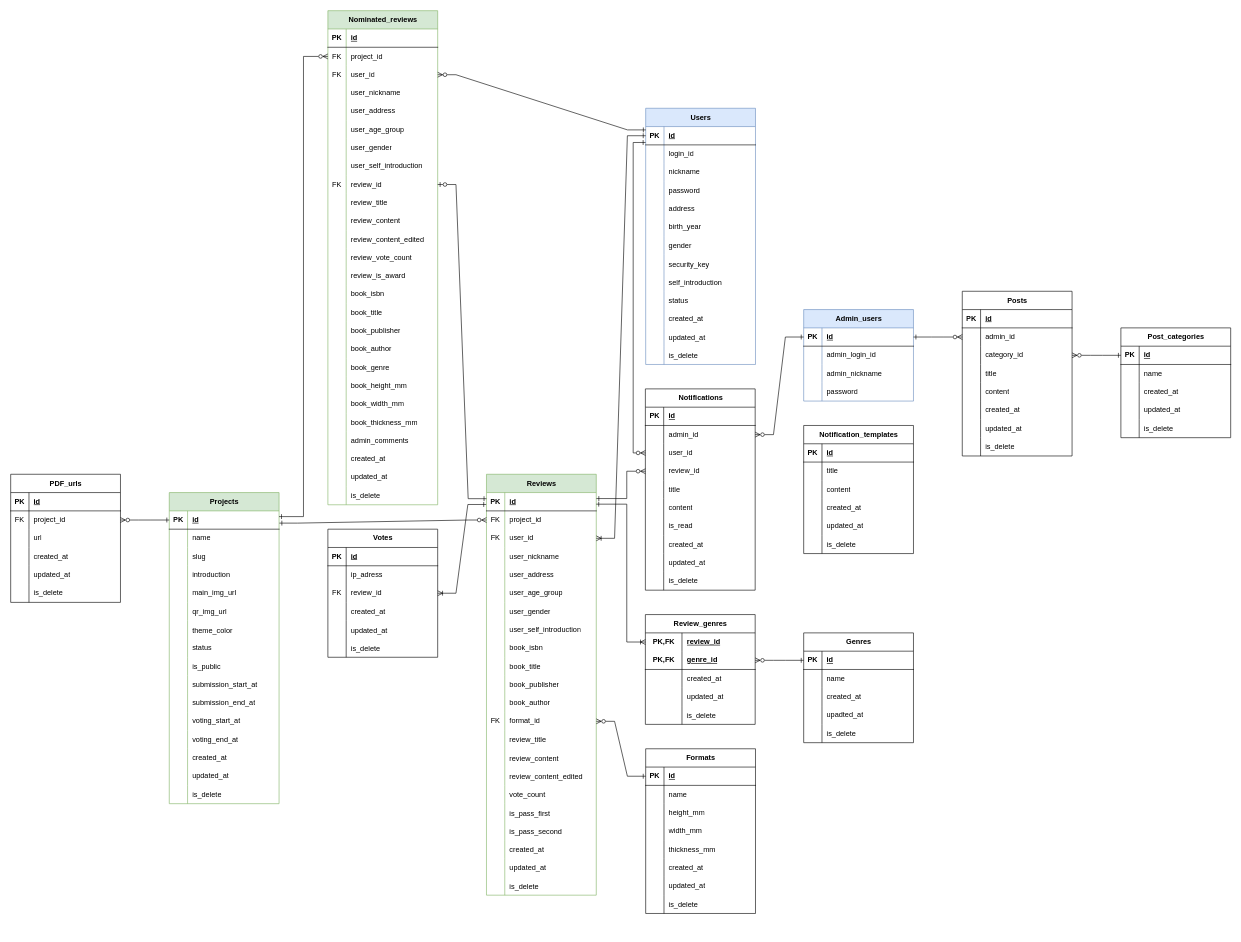
Earlier version of the draw.io diagram ER図.drawio (knagaki1225/zoutohana-documentation). Source tidied: cells renumbered, new cells numbered last; positions are measured from the earlier drawing's top-left corner, leaving out a move shared by most shapes. Both pictures are drawn from the tidied source at 61%, with x=0, y=0 at pixel (10, 10).
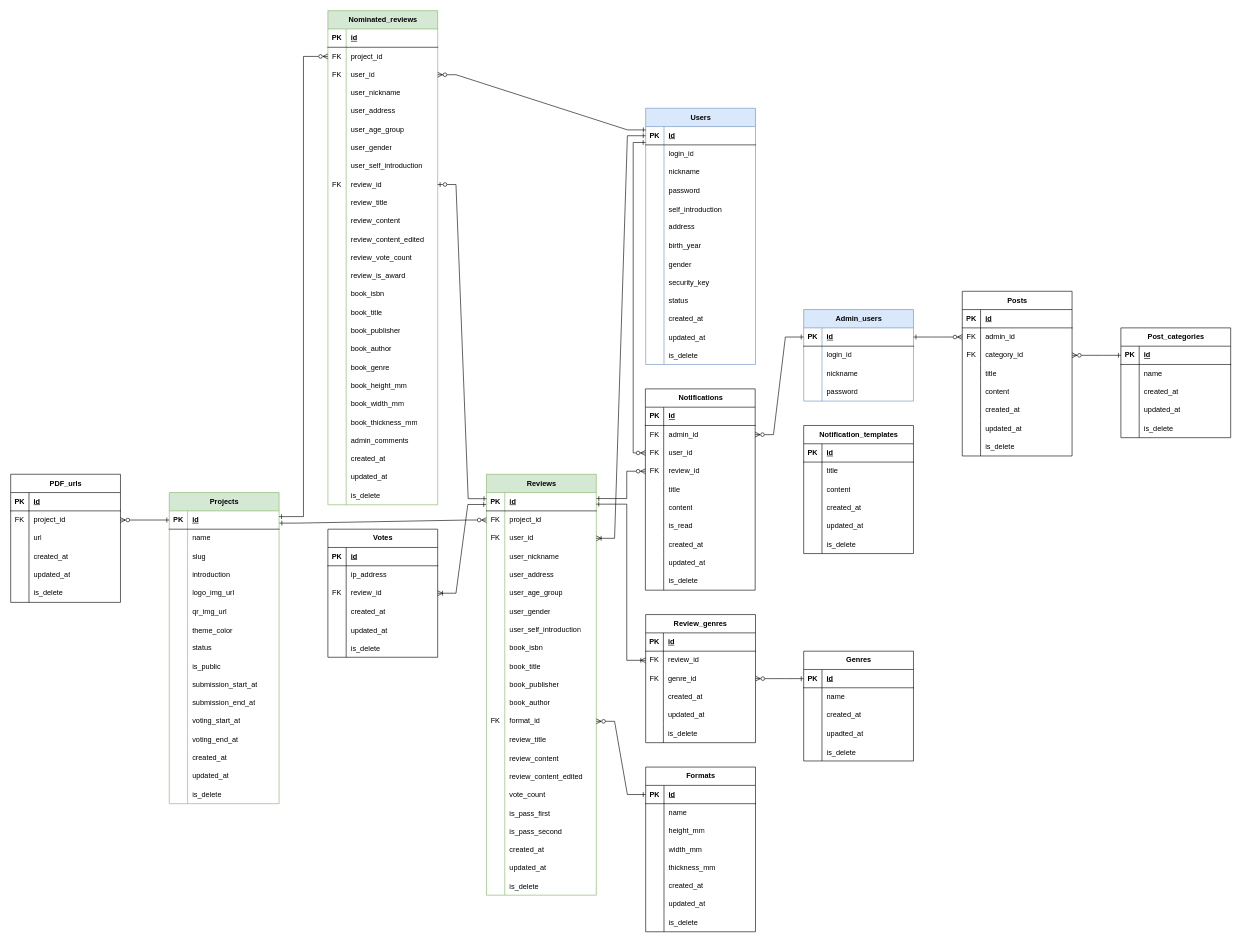
After the change.

Unchanged cells that the change refers to:
```xml
<mxCell id="2" value="Users" style="shape=table;startSize=30;childLayout=tableLayout;rowLines=0;fontStyle=1;align=center;html=1;fillColor=#dae8fc;strokeColor=#6c8ebf;" parent="1" vertex="1">
  <mxGeometry x="1041" y="160" width="180" height="420" as="geometry" />
</mxCell>
<mxCell id="68" style="shape=tableRow;horizontal=0;startSize=0;swimlaneHead=0;swimlaneBody=0;fillColor=none;points=[[0,0.5],[1,0.5]];portConstraint=eastwest;top=0;left=0;right=0;bottom=1;" parent="67" vertex="1">
  <mxGeometry y="30" width="180" height="30" as="geometry" />
</mxCell>
<mxCell id="179" style="shape=tableRow;horizontal=0;startSize=0;swimlaneHead=0;swimlaneBody=0;fillColor=none;top=0;left=0;right=0;bottom=0;" parent="166" vertex="1">
  <mxGeometry y="150" width="180" height="30" as="geometry" />
</mxCell>
<mxCell id="219" style="shape=tableRow;horizontal=0;startSize=0;swimlaneHead=0;swimlaneBody=0;fillColor=none;top=0;left=0;right=0;bottom=0;" parent="215" vertex="1">
  <mxGeometry y="60" width="180" height="30" as="geometry" />
</mxCell>
<mxCell id="243" style="shape=tableRow;horizontal=0;startSize=0;swimlaneHead=0;swimlaneBody=0;fillColor=none;top=0;left=0;right=0;bottom=0;" parent="239" vertex="1">
  <mxGeometry y="60" width="180" height="30" as="geometry" />
</mxCell>
<mxCell id="246" style="shape=tableRow;horizontal=0;startSize=0;swimlaneHead=0;swimlaneBody=0;fillColor=none;top=0;left=0;right=0;bottom=0;" parent="239" vertex="1">
  <mxGeometry y="90" width="180" height="30" as="geometry" />
</mxCell>
<mxCell id="356" style="shape=tableRow;horizontal=0;startSize=0;swimlaneHead=0;swimlaneBody=0;fillColor=none;points=[[0,0.5],[1,0.5]];portConstraint=eastwest;top=0;left=0;right=0;bottom=0;" parent="352" vertex="1">
  <mxGeometry y="60" width="180" height="30" as="geometry" />
</mxCell>
<mxCell id="359" style="shape=tableRow;horizontal=0;startSize=0;swimlaneHead=0;swimlaneBody=0;fillColor=none;points=[[0,0.5],[1,0.5]];portConstraint=eastwest;top=0;left=0;right=0;bottom=0;" parent="352" vertex="1">
  <mxGeometry y="90" width="180" height="30" as="geometry" />
</mxCell>
<mxCell id="362" style="shape=tableRow;horizontal=0;startSize=0;swimlaneHead=0;swimlaneBody=0;fillColor=none;points=[[0,0.5],[1,0.5]];portConstraint=eastwest;top=0;left=0;right=0;bottom=0;" parent="352" vertex="1">
  <mxGeometry y="120" width="180" height="30" as="geometry" />
</mxCell>
<mxCell id="387" style="shape=tableRow;horizontal=0;startSize=0;swimlaneHead=0;swimlaneBody=0;fillColor=none;points=[[0,0.5],[1,0.5]];portConstraint=eastwest;top=0;left=0;right=0;bottom=0;" parent="383" vertex="1">
  <mxGeometry y="60" width="180" height="30" as="geometry" />
</mxCell>
<mxCell id="390" style="shape=tableRow;horizontal=0;startSize=0;swimlaneHead=0;swimlaneBody=0;fillColor=none;points=[[0,0.5],[1,0.5]];portConstraint=eastwest;top=0;left=0;right=0;bottom=0;" parent="383" vertex="1">
  <mxGeometry y="90" width="180" height="30" as="geometry" />
</mxCell>
```

The edit, as a diff of the source:
```diff
@@
+    <mxCell id="27" style="shape=tableRow;horizontal=0;startSize=0;swimlaneHead=0;swimlaneBody=0;fillColor=none;top=0;left=0;right=0;bottom=0;" parent="2" vertex="1">
+      <mxGeometry y="150" width="180" height="30" as="geometry" />
+    </mxCell>
+    <mxCell id="28" style="shape=partialRectangle;fillColor=none;top=0;left=0;bottom=0;right=0;overflow=hidden;" parent="27" vertex="1">
+      <mxGeometry width="30" height="30" as="geometry" />
+    </mxCell>
+    <mxCell id="29" value="self_introduction" style="shape=partialRectangle;fillColor=none;top=0;left=0;bottom=0;right=0;align=left;spacingLeft=6;overflow=hidden;" parent="27" vertex="1">
+      <mxGeometry x="30" width="150" height="30" as="geometry" />
+    </mxCell>
     <mxCell id="15" style="shape=tableRow;horizontal=0;startSize=0;swimlaneHead=0;swimlaneBody=0;fillColor=none;top=0;left=0;right=0;bottom=0;" parent="2" vertex="1">
-      <mxGeometry y="150" width="180" height="30" as="geometry" />
+      <mxGeometry y="180" width="180" height="30" as="geometry" />
     </mxCell>
@@
     <mxCell id="18" style="shape=tableRow;horizontal=0;startSize=0;swimlaneHead=0;swimlaneBody=0;fillColor=none;top=0;left=0;right=0;bottom=0;" parent="2" vertex="1">
-      <mxGeometry y="180" width="180" height="30" as="geometry" />
+      <mxGeometry y="210" width="180" height="30" as="geometry" />
     </mxCell>
@@
     <mxCell id="21" style="shape=tableRow;horizontal=0;startSize=0;swimlaneHead=0;swimlaneBody=0;fillColor=none;top=0;left=0;right=0;bottom=0;" parent="2" vertex="1">
-      <mxGeometry y="210" width="180" height="30" as="geometry" />
+      <mxGeometry y="240" width="180" height="30" as="geometry" />
     </mxCell>
@@
     <mxCell id="24" style="shape=tableRow;horizontal=0;startSize=0;swimlaneHead=0;swimlaneBody=0;fillColor=none;top=0;left=0;right=0;bottom=0;" parent="2" vertex="1">
-      <mxGeometry y="240" width="180" height="30" as="geometry" />
+      <mxGeometry y="270" width="180" height="30" as="geometry" />
     </mxCell>
@@
-    <mxCell id="27" style="shape=tableRow;horizontal=0;startSize=0;swimlaneHead=0;swimlaneBody=0;fillColor=none;top=0;left=0;right=0;bottom=0;" parent="2" vertex="1">
-      <mxGeometry y="270" width="180" height="30" as="geometry" />
-    </mxCell>
-    <mxCell id="28" style="shape=partialRectangle;fillColor=none;top=0;left=0;bottom=0;right=0;overflow=hidden;" parent="27" vertex="1">
-      <mxGeometry width="30" height="30" as="geometry" />
-    </mxCell>
-    <mxCell id="29" value="self_introduction" style="shape=partialRectangle;fillColor=none;top=0;left=0;bottom=0;right=0;align=left;spacingLeft=6;overflow=hidden;" parent="27" vertex="1">
-      <mxGeometry x="30" width="150" height="30" as="geometry" />
-    </mxCell>
@@
     <mxCell id="42" value="Formats" style="shape=table;startSize=30;childLayout=tableLayout;rowLines=0;fontStyle=1;align=center;html=1;" parent="1" vertex="1">
-      <mxGeometry x="1041" y="1210" width="180" height="270" as="geometry" />
+      <mxGeometry x="1041" y="1240" width="180" height="270" as="geometry" />
     </mxCell>
@@
     <mxCell id="67" value="Genres" style="shape=table;startSize=30;childLayout=tableLayout;rowLines=0;fontStyle=1;align=center;html=1;" parent="1" vertex="1">
-      <mxGeometry x="1300" y="1020" width="180" height="180" as="geometry" />
+      <mxGeometry x="1300" y="1050" width="180" height="180" as="geometry" />
     </mxCell>
@@
     <mxCell id="83" value="Review_genres" style="shape=table;startSize=30;childLayout=tableLayout;rowLines=0;fontStyle=1;align=center;html=1;whiteSpace=wrap;" parent="1" vertex="1">
-      <mxGeometry x="1040.5" y="990" width="180" height="180" as="geometry" />
+      <mxGeometry x="1041" y="990" width="180" height="210" as="geometry" />
     </mxCell>
-    <mxCell id="84" style="shape=tableRow;horizontal=0;startSize=0;swimlaneHead=0;swimlaneBody=0;fillColor=none;points=[[0,0.5],[1,0.5]];portConstraint=eastwest;top=0;left=0;right=0;bottom=0;html=1;" parent="83" vertex="1">
-      <mxGeometry y="30" width="180" height="30" as="geometry" />
-    </mxCell>
-    <mxCell id="85" value="PK,FK" style="shape=partialRectangle;fillColor=none;top=0;left=0;bottom=0;right=0;fontStyle=1;overflow=hidden;html=1;whiteSpace=wrap;" parent="84" vertex="1">
-      <mxGeometry width="60" height="30" as="geometry" />
-    </mxCell>
+    <mxCell id="451" style="shape=tableRow;horizontal=0;startSize=0;swimlaneHead=0;swimlaneBody=0;fillColor=none;top=0;left=0;right=0;bottom=1;html=1;" parent="83" vertex="1">
+      <mxGeometry y="30" width="180" height="30" as="geometry" />
+    </mxCell>
+    <mxCell id="452" value="PK" style="shape=partialRectangle;fillColor=none;top=0;left=0;bottom=0;right=0;fontStyle=1;overflow=hidden;html=1;whiteSpace=wrap;" parent="451" vertex="1">
+      <mxGeometry width="29" height="30" as="geometry" />
+    </mxCell>
+    <mxCell id="453" value="id" style="shape=partialRectangle;fillColor=none;top=0;left=0;bottom=0;right=0;align=left;spacingLeft=6;fontStyle=5;overflow=hidden;html=1;whiteSpace=wrap;" parent="451" vertex="1">
+      <mxGeometry x="29" width="151" height="30" as="geometry" />
+    </mxCell>
+    <mxCell id="454" style="shape=tableRow;horizontal=0;startSize=0;swimlaneHead=0;swimlaneBody=0;fillColor=none;points=[[0,0.5],[1,0.5]];portConstraint=eastwest;top=0;left=0;right=0;bottom=0;html=1;" parent="83" vertex="1">
+      <mxGeometry y="60" width="180" height="30" as="geometry" />
+    </mxCell>
+    <mxCell id="455" value="FK" style="shape=partialRectangle;fillColor=none;top=0;left=0;bottom=0;right=0;overflow=hidden;html=1;whiteSpace=wrap;" parent="454" vertex="1">
+      <mxGeometry width="29" height="30" as="geometry" />
+    </mxCell>
-    <mxCell id="86" value="review_id" style="shape=partialRectangle;fillColor=none;top=0;left=0;bottom=0;right=0;align=left;spacingLeft=6;fontStyle=5;overflow=hidden;html=1;whiteSpace=wrap;" parent="84" vertex="1">
-      <mxGeometry x="60" width="120" height="30" as="geometry" />
+    <mxCell id="86" value="review_id" style="shape=partialRectangle;fillColor=none;top=0;left=0;bottom=0;right=0;align=left;spacingLeft=6;overflow=hidden;html=1;whiteSpace=wrap;" parent="454" vertex="1">
+      <mxGeometry x="29" width="151" height="30" as="geometry" />
     </mxCell>
-    <mxCell id="87" style="shape=tableRow;horizontal=0;startSize=0;swimlaneHead=0;swimlaneBody=0;fillColor=none;points=[[0,0.5],[1,0.5]];portConstraint=eastwest;top=0;left=0;right=0;bottom=1;html=1;" parent="83" vertex="1">
-      <mxGeometry y="60" width="180" height="30" as="geometry" />
-    </mxCell>
-    <mxCell id="88" value="PK,FK" style="shape=partialRectangle;fillColor=none;top=0;left=0;bottom=0;right=0;fontStyle=1;overflow=hidden;html=1;whiteSpace=wrap;" parent="87" vertex="1">
-      <mxGeometry width="60" height="30" as="geometry" />
-    </mxCell>
+    <mxCell id="456" style="shape=tableRow;horizontal=0;startSize=0;swimlaneHead=0;swimlaneBody=0;fillColor=none;points=[[0,0.5],[1,0.5]];portConstraint=eastwest;top=0;left=0;right=0;bottom=0;html=1;" parent="83" vertex="1">
+      <mxGeometry y="90" width="180" height="30" as="geometry" />
+    </mxCell>
+    <mxCell id="457" value="FK" style="shape=partialRectangle;fillColor=none;top=0;left=0;bottom=0;right=0;overflow=hidden;html=1;whiteSpace=wrap;" parent="456" vertex="1">
+      <mxGeometry width="29" height="30" as="geometry" />
+    </mxCell>
-    <mxCell id="89" value="genre_id" style="shape=partialRectangle;fillColor=none;top=0;left=0;bottom=0;right=0;align=left;spacingLeft=6;fontStyle=5;overflow=hidden;html=1;whiteSpace=wrap;" parent="87" vertex="1">
-      <mxGeometry x="60" width="120" height="30" as="geometry" />
+    <mxCell id="89" value="genre_id" style="shape=partialRectangle;fillColor=none;top=0;left=0;bottom=0;right=0;align=left;spacingLeft=6;overflow=hidden;html=1;whiteSpace=wrap;" parent="456" vertex="1">
+      <mxGeometry x="29" width="151" height="30" as="geometry" />
     </mxCell>
     <mxCell id="90" style="shape=tableRow;horizontal=0;startSize=0;swimlaneHead=0;swimlaneBody=0;fillColor=none;top=0;left=0;right=0;bottom=0;html=1;" parent="83" vertex="1">
-      <mxGeometry y="90" width="180" height="30" as="geometry" />
+      <mxGeometry y="120" width="180" height="30" as="geometry" />
     </mxCell>
     <mxCell id="91" style="shape=partialRectangle;fillColor=none;top=0;left=0;bottom=0;right=0;overflow=hidden;html=1;whiteSpace=wrap;" parent="90" vertex="1">
-      <mxGeometry width="60" height="30" as="geometry" />
+      <mxGeometry width="29" height="30" as="geometry" />
     </mxCell>
     <mxCell id="92" value="created_at" style="shape=partialRectangle;fillColor=none;top=0;left=0;bottom=0;right=0;align=left;spacingLeft=6;overflow=hidden;html=1;whiteSpace=wrap;" parent="90" vertex="1">
-      <mxGeometry x="60" width="120" height="30" as="geometry" />
+      <mxGeometry x="29" width="151" height="30" as="geometry" />
     </mxCell>
     <mxCell id="93" style="shape=tableRow;horizontal=0;startSize=0;swimlaneHead=0;swimlaneBody=0;fillColor=none;top=0;left=0;right=0;bottom=0;html=1;" parent="83" vertex="1">
-      <mxGeometry y="120" width="180" height="30" as="geometry" />
+      <mxGeometry y="150" width="180" height="30" as="geometry" />
     </mxCell>
     <mxCell id="94" style="shape=partialRectangle;fillColor=none;top=0;left=0;bottom=0;right=0;overflow=hidden;html=1;whiteSpace=wrap;" parent="93" vertex="1">
-      <mxGeometry width="60" height="30" as="geometry" />
+      <mxGeometry width="29" height="30" as="geometry" />
     </mxCell>
     <mxCell id="95" value="updated_at" style="shape=partialRectangle;fillColor=none;top=0;left=0;bottom=0;right=0;align=left;spacingLeft=6;overflow=hidden;html=1;whiteSpace=wrap;" parent="93" vertex="1">
-      <mxGeometry x="60" width="120" height="30" as="geometry" />
+      <mxGeometry x="29" width="151" height="30" as="geometry" />
     </mxCell>
     <mxCell id="96" style="shape=tableRow;horizontal=0;startSize=0;swimlaneHead=0;swimlaneBody=0;fillColor=none;top=0;left=0;right=0;bottom=0;" parent="83" vertex="1">
-      <mxGeometry y="150" width="180" height="30" as="geometry" />
+      <mxGeometry y="180" width="180" height="30" as="geometry" />
     </mxCell>
     <mxCell id="97" style="shape=partialRectangle;fillColor=none;top=0;left=0;bottom=0;right=0;overflow=hidden;" parent="96" vertex="1">
-      <mxGeometry width="60" height="30" as="geometry" />
+      <mxGeometry width="29" height="30" as="geometry" />
     </mxCell>
     <mxCell id="98" value="is_delete" style="shape=partialRectangle;fillColor=none;top=0;left=0;bottom=0;right=0;align=left;spacingLeft=6;overflow=hidden;" parent="96" vertex="1">
-      <mxGeometry x="60" width="120" height="30" as="geometry" />
+      <mxGeometry x="29" width="151" height="30" as="geometry" />
     </mxCell>
@@
-    <mxCell id="181" value="main_img_url" style="shape=partialRectangle;fillColor=none;top=0;left=0;bottom=0;right=0;align=left;spacingLeft=6;overflow=hidden;whiteSpace=wrap;html=1;" parent="179" vertex="1">
+    <mxCell id="181" value="logo_img_url" style="shape=partialRectangle;fillColor=none;top=0;left=0;bottom=0;right=0;align=left;spacingLeft=6;overflow=hidden;whiteSpace=wrap;html=1;" parent="179" vertex="1">
       <mxGeometry x="30" width="150" height="30" as="geometry" />
     </mxCell>
@@
-    <mxCell id="221" value="ip_adress" style="shape=partialRectangle;fillColor=none;top=0;left=0;bottom=0;right=0;align=left;spacingLeft=6;overflow=hidden;whiteSpace=wrap;html=1;" parent="219" vertex="1">
+    <mxCell id="221" value="ip_add&lt;span style=&quot;background-color: transparent; color: light-dark(rgb(0, 0, 0), rgb(255, 255, 255));&quot;&gt;ress&lt;/span&gt;" style="shape=partialRectangle;fillColor=none;top=0;left=0;bottom=0;right=0;align=left;spacingLeft=6;overflow=hidden;whiteSpace=wrap;html=1;" parent="219" vertex="1">
       <mxGeometry x="30" width="150" height="30" as="geometry" />
     </mxCell>
@@
-    <mxCell id="237" style="fontSize=12;html=1;endArrow=ERoneToMany;startArrow=ERone;rounded=0;entryX=0;entryY=0.5;entryDx=0;entryDy=0;startFill=0;edgeStyle=orthogonalEdgeStyle;" parent="1" edge="1" target="84">
+    <mxCell id="237" style="fontSize=12;html=1;endArrow=ERoneToMany;startArrow=ERone;rounded=0;startFill=0;edgeStyle=orthogonalEdgeStyle;entryX=0;entryY=0.5;entryDx=0;entryDy=0;" parent="1" edge="1" target="454">
       <mxGeometry relative="1" as="geometry">
         <mxPoint x="960" y="809" as="sourcePoint" />
         <Array as="points">
           <mxPoint x="1010" y="809" />
-          <mxPoint x="1010" y="1035" />
+          <mxPoint x="1010" y="1065" />
         </Array>
       </mxGeometry>
     </mxCell>
-    <mxCell id="238" style="edgeStyle=entityRelationEdgeStyle;fontSize=12;html=1;endArrow=ERzeroToMany;startArrow=ERone;rounded=0;exitX=0;exitY=0.5;exitDx=0;exitDy=0;entryX=1;entryY=0.5;entryDx=0;entryDy=0;endFill=0;startFill=0;" parent="1" edge="1" source="68" target="87">
+    <mxCell id="238" style="edgeStyle=entityRelationEdgeStyle;fontSize=12;html=1;endArrow=ERzeroToMany;startArrow=ERone;rounded=0;exitX=0;exitY=0.5;exitDx=0;exitDy=0;endFill=0;startFill=0;entryX=1;entryY=0.5;entryDx=0;entryDy=0;" parent="1" edge="1" source="68" target="456">
       <mxGeometry relative="1" as="geometry" />
     </mxCell>
@@
-    <mxCell id="245" value="admin_login_id" style="shape=partialRectangle;fillColor=none;top=0;left=0;bottom=0;right=0;align=left;spacingLeft=6;overflow=hidden;whiteSpace=wrap;html=1;" parent="243" vertex="1">
+    <mxCell id="245" value="&lt;div&gt;&lt;span style=&quot;background-color: transparent; color: light-dark(rgb(0, 0, 0), rgb(255, 255, 255));&quot;&gt;login_id&lt;/span&gt;&lt;/div&gt;" style="shape=partialRectangle;fillColor=none;top=0;left=0;bottom=0;right=0;align=left;spacingLeft=6;overflow=hidden;whiteSpace=wrap;html=1;" parent="243" vertex="1">
       <mxGeometry x="30" width="150" height="30" as="geometry" />
     </mxCell>
@@
-    <mxCell id="248" value="admin_nickname" style="shape=partialRectangle;fillColor=none;top=0;left=0;bottom=0;right=0;align=left;spacingLeft=6;overflow=hidden;whiteSpace=wrap;html=1;" parent="246" vertex="1">
+    <mxCell id="248" value="&lt;div&gt;&lt;span style=&quot;background-color: transparent; color: light-dark(rgb(0, 0, 0), rgb(255, 255, 255));&quot;&gt;nickname&lt;/span&gt;&lt;/div&gt;" style="shape=partialRectangle;fillColor=none;top=0;left=0;bottom=0;right=0;align=left;spacingLeft=6;overflow=hidden;whiteSpace=wrap;html=1;" parent="246" vertex="1">
       <mxGeometry x="30" width="150" height="30" as="geometry" />
     </mxCell>
@@
-    <mxCell id="357" style="shape=partialRectangle;fillColor=none;top=0;left=0;bottom=0;right=0;overflow=hidden;whiteSpace=wrap;html=1;" parent="356" vertex="1">
+    <mxCell id="357" value="FK" style="shape=partialRectangle;fillColor=none;top=0;left=0;bottom=0;right=0;overflow=hidden;whiteSpace=wrap;html=1;" parent="356" vertex="1">
       <mxGeometry width="30" height="30" as="geometry" />
     </mxCell>
@@
-    <mxCell id="360" style="shape=partialRectangle;fillColor=none;top=0;left=0;bottom=0;right=0;overflow=hidden;whiteSpace=wrap;html=1;" parent="359" vertex="1">
+    <mxCell id="360" value="FK" style="shape=partialRectangle;fillColor=none;top=0;left=0;bottom=0;right=0;overflow=hidden;whiteSpace=wrap;html=1;" parent="359" vertex="1">
       <mxGeometry width="30" height="30" as="geometry" />
     </mxCell>
@@
-    <mxCell id="363" style="shape=partialRectangle;fillColor=none;top=0;left=0;bottom=0;right=0;overflow=hidden;whiteSpace=wrap;html=1;" parent="362" vertex="1">
+    <mxCell id="363" value="FK" style="shape=partialRectangle;fillColor=none;top=0;left=0;bottom=0;right=0;overflow=hidden;whiteSpace=wrap;html=1;" parent="362" vertex="1">
       <mxGeometry width="30" height="30" as="geometry" />
     </mxCell>
@@
-    <mxCell id="388" style="shape=partialRectangle;fillColor=none;top=0;left=0;bottom=0;right=0;overflow=hidden;whiteSpace=wrap;html=1;" parent="387" vertex="1">
+    <mxCell id="388" value="FK" style="shape=partialRectangle;fillColor=none;top=0;left=0;bottom=0;right=0;overflow=hidden;whiteSpace=wrap;html=1;" parent="387" vertex="1">
       <mxGeometry width="30" height="30" as="geometry" />
     </mxCell>
@@
-    <mxCell id="391" style="shape=partialRectangle;fillColor=none;top=0;left=0;bottom=0;right=0;overflow=hidden;whiteSpace=wrap;html=1;" parent="390" vertex="1">
+    <mxCell id="391" value="FK" style="shape=partialRectangle;fillColor=none;top=0;left=0;bottom=0;right=0;overflow=hidden;whiteSpace=wrap;html=1;" parent="390" vertex="1">
       <mxGeometry width="30" height="30" as="geometry" />
     </mxCell>
@@
-    <mxCell id="412" value="Post_categories" style="shape=table;startSize=30;childLayout=tableLayout;rowLines=0;fontStyle=1;align=center;html=1;" parent="1" vertex="1">
+    <mxCell id="412" value="Post_categories" style="shape=table;startSize=30;childLayout=tableLayout;rowLines=0;fontStyle=1;align=center;html=1;rounded=0;" parent="1" vertex="1">
       <mxGeometry x="1820" y="520" width="180" height="180" as="geometry" />
     </mxCell>
```
